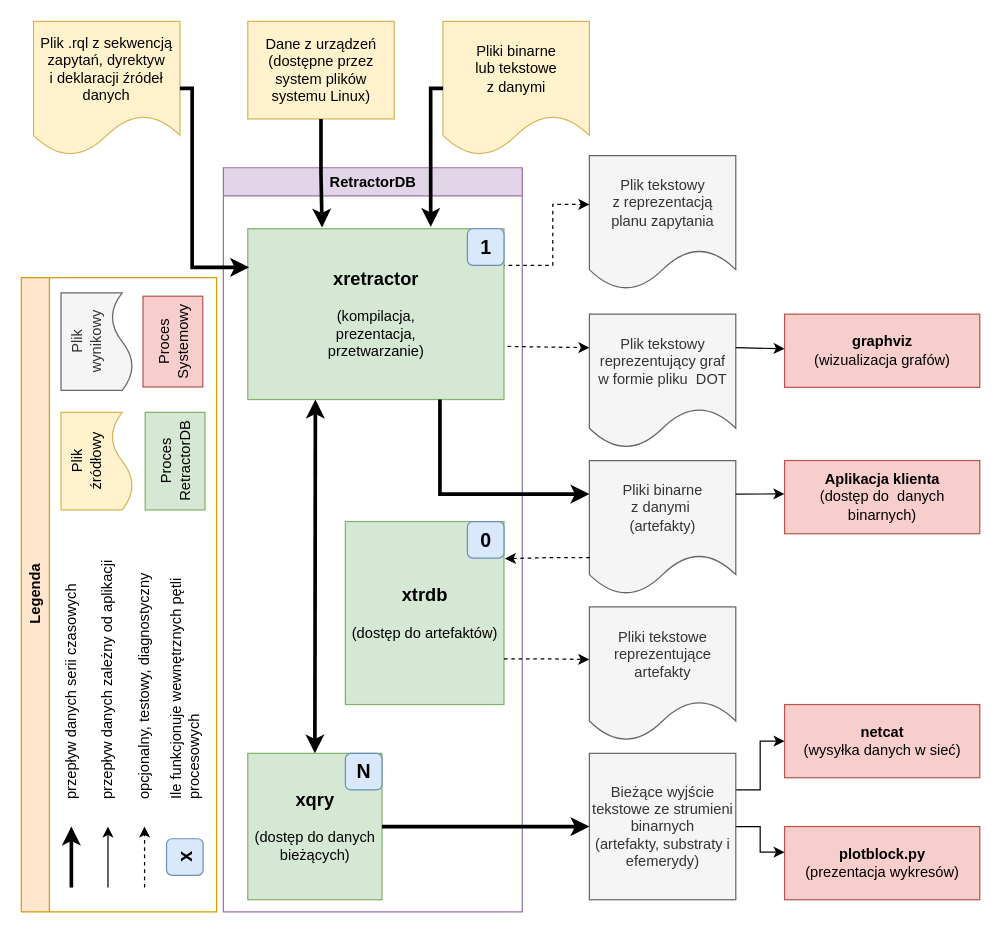
Before: page "Przepływ danych i sterowania" (1 of 4) of src/UML/data_and_control_flow-pl.drawio in michalwidera/retractordb, a draw.io diagram. Source tidied: cells renumbered, new cells numbered last; positions are measured from the earlier drawing's top-left corner, leaving out a move shared by most shapes. Both pictures are drawn from the tidied source at 122%, with x=0, y=0 at pixel (-199, 21).
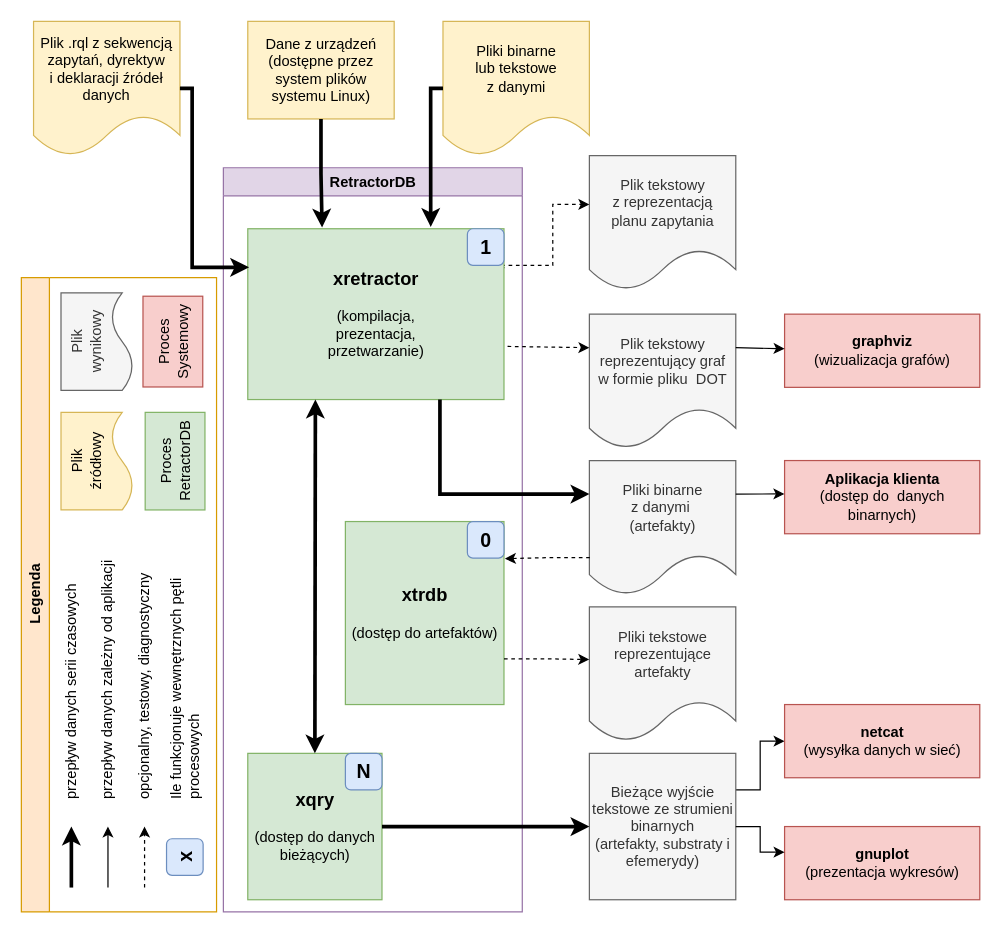
After the change.

What changed in the source:
```diff
@@
-    <mxCell id="10" value="&lt;b&gt;plotblock.py&lt;/b&gt;&lt;div&gt;(prezentacja wykresów)&lt;/div&gt;" style="rounded=0;whiteSpace=wrap;html=1;fillColor=#f8cecc;strokeColor=#b85450;" parent="1" vertex="1">
+    <mxCell id="10" value="&lt;b&gt;gnuplot&lt;/b&gt;&lt;div&gt;(prezentacja wykresów)&lt;/div&gt;" style="rounded=0;whiteSpace=wrap;html=1;fillColor=#f8cecc;strokeColor=#b85450;" parent="1" vertex="1">
       <mxGeometry x="805.6" y="660" width="160" height="60" as="geometry" />
     </mxCell>
```
